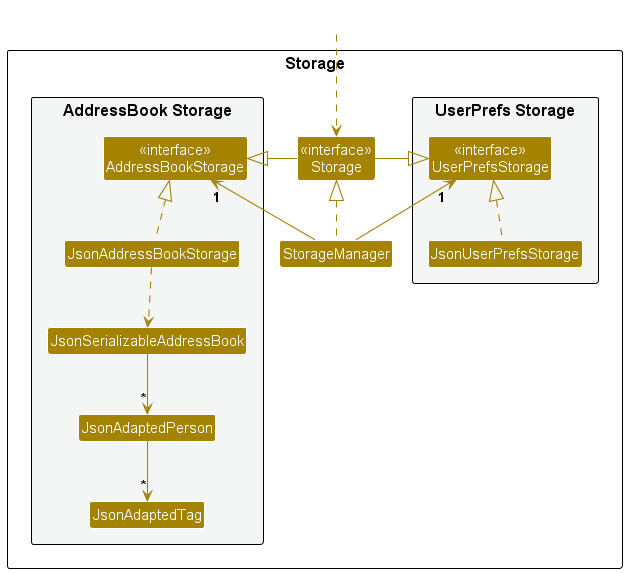
This is docs/images/StorageClassDiagram.png from nus-cs2103-AY2324S2/tp, a PlantUML export, as it was before one commit. The source it was exported from:
```plantuml
@startuml
!include style.puml
skinparam arrowThickness 1.1
skinparam arrowColor STORAGE_COLOR
skinparam classBackgroundColor STORAGE_COLOR

package Storage as StoragePackage {

package "UserPrefs Storage" #F4F6F6{
Class "<<interface>>\nUserPrefsStorage" as UserPrefsStorage
Class JsonUserPrefsStorage
}

Class "<<interface>>\nStorage" as Storage
Class StorageManager

package "AddressBook Storage" #F4F6F6{
Class "<<interface>>\nAddressBookStorage" as AddressBookStorage
Class JsonAddressBookStorage
Class JsonSerializableAddressBook
Class JsonAdaptedPerson
Class JsonAdaptedTag
}

}

Class HiddenOutside #FFFFFF
HiddenOutside ..> Storage

StorageManager .up.|> Storage
StorageManager -up-> "1" UserPrefsStorage
StorageManager -up-> "1" AddressBookStorage

Storage -left-|> UserPrefsStorage
Storage -right-|> AddressBookStorage

JsonUserPrefsStorage .up.|> UserPrefsStorage
JsonAddressBookStorage .up.|> AddressBookStorage
JsonAddressBookStorage ..> JsonSerializableAddressBook
JsonSerializableAddressBook --> "*" JsonAdaptedPerson
JsonAdaptedPerson --> "*" JsonAdaptedTag

@enduml
```
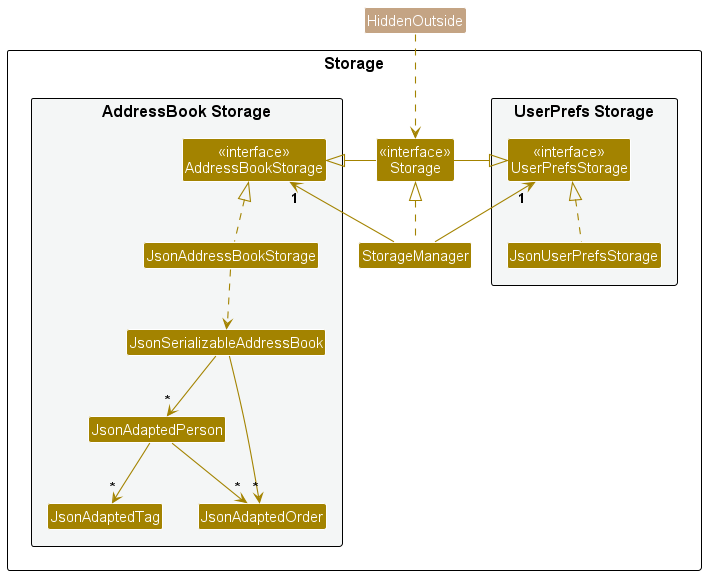
After the commit.

Commit message:
Update the Storage component in DeveloperGuide.md

Diff of the diagram source:
```diff
@@ -20,11 +20,12 @@
 Class JsonSerializableAddressBook
 Class JsonAdaptedPerson
 Class JsonAdaptedTag
+Class JsonAdaptedOrder
 }
 
 }
 
-Class HiddenOutside #FFFFFF
+Class HiddenOutside #C4A484
 HiddenOutside ..> Storage
 
 StorageManager .up.|> Storage
@@ -38,6 +39,9 @@
 JsonAddressBookStorage .up.|> AddressBookStorage
 JsonAddressBookStorage ..> JsonSerializableAddressBook
 JsonSerializableAddressBook --> "*" JsonAdaptedPerson
+JsonSerializableAddressBook --> "*" JsonAdaptedOrder
 JsonAdaptedPerson --> "*" JsonAdaptedTag
+JsonAdaptedTag -[hidden]right-> JsonAdaptedOrder
+JsonAdaptedPerson --> "*" JsonAdaptedOrder
 
 @enduml
```
